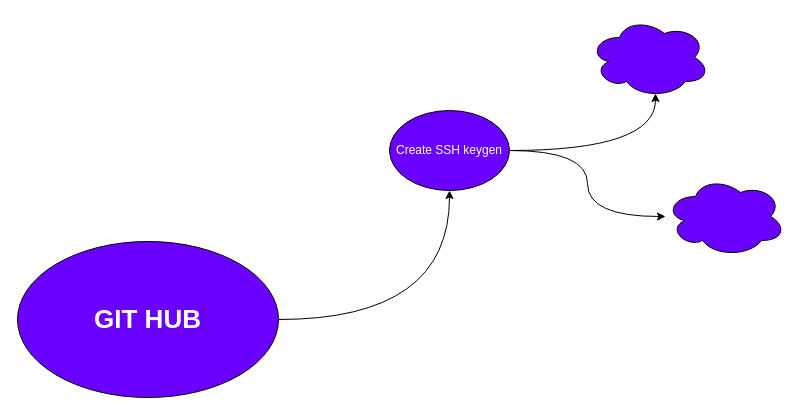
Above: github.drawio in abasworm/mindmaping (draw.io), before the change. Source tidied: cells renumbered, new cells numbered last; positions are measured from the earlier drawing's top-left corner, leaving out a move shared by most shapes. Both pictures are drawn from the tidied source at 100%, with x=0, y=0 at pixel (17, 17).
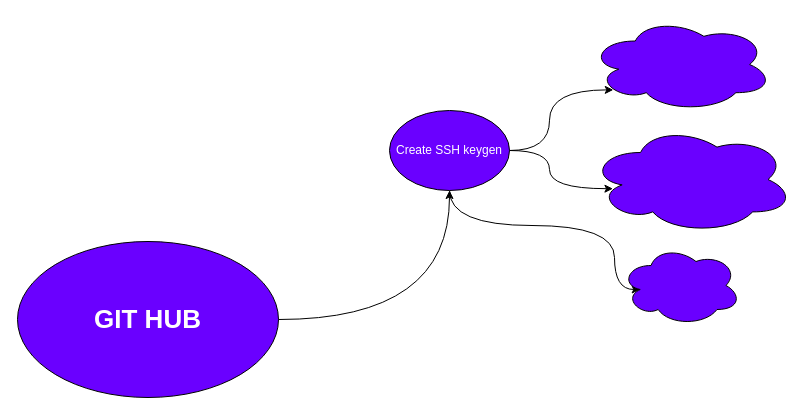
The same diagram, later.

Change to the diagram source:
```diff
@@
 <mxGraphModel>
   <root>
     <mxCell id="0" />
     <mxCell id="1" parent="0" />
     <mxCell id="2" style="edgeStyle=orthogonalEdgeStyle;rounded=0;jettySize=auto;html=1;curved=1;" parent="1" edge="1" source="3" target="6">
       <mxGeometry relative="1" as="geometry" />
     </mxCell>
     <mxCell id="3" value="&lt;b style=&quot;font-size: 26px;&quot;&gt;GIT HUB&lt;br style=&quot;font-size: 26px;&quot;&gt;&lt;/b&gt;" style="ellipse;whiteSpace=wrap;html=1;fillColor=#6a00ff;fontColor=#ffffff;strokeColor=default;fontSize=26;" parent="1" vertex="1">
       <mxGeometry y="224" width="261" height="156" as="geometry" />
     </mxCell>
-    <mxCell id="4" style="rounded=0;jettySize=auto;html=1;entryX=0.55;entryY=0.95;entryDx=0;entryDy=0;entryPerimeter=0;edgeStyle=orthogonalEdgeStyle;curved=1;" parent="1" edge="1" source="6" target="7">
+    <mxCell id="4" style="rounded=0;jettySize=auto;html=1;entryX=0.13;entryY=0.77;entryDx=0;entryDy=0;entryPerimeter=0;edgeStyle=orthogonalEdgeStyle;curved=1;" parent="1" edge="1" source="6" target="7">
       <mxGeometry relative="1" as="geometry" />
     </mxCell>
-    <mxCell id="5" style="edgeStyle=orthogonalEdgeStyle;rounded=0;jettySize=auto;html=1;curved=1;" parent="1" edge="1" source="6" target="8">
+    <mxCell id="5" style="edgeStyle=orthogonalEdgeStyle;rounded=0;jettySize=auto;html=1;curved=1;entryX=0.115;entryY=0.585;entryDx=0;entryDy=0;entryPerimeter=0;" parent="1" edge="1" source="6" target="8">
       <mxGeometry relative="1" as="geometry" />
     </mxCell>
+    <mxCell id="9" style="edgeStyle=orthogonalEdgeStyle;curved=1;rounded=0;jettySize=auto;html=1;entryX=0.16;entryY=0.55;entryDx=0;entryDy=0;entryPerimeter=0;" parent="1" edge="1" source="6" target="10">
+      <mxGeometry relative="1" as="geometry">
+        <Array as="points">
+          <mxPoint x="432" y="208" />
+          <mxPoint x="597" y="208" />
+        </Array>
+      </mxGeometry>
+    </mxCell>
     <mxCell id="6" value="Create SSH keygen" style="ellipse;whiteSpace=wrap;html=1;fillColor=#6a00ff;fontColor=#ffffff;strokeColor=default;" parent="1" vertex="1">
       <mxGeometry x="372" y="93" width="120" height="80" as="geometry" />
     </mxCell>
     <mxCell id="7" style="ellipse;shape=cloud;whiteSpace=wrap;html=1;fillColor=#6a00ff;fontColor=#ffffff;" parent="1" vertex="1">
-      <mxGeometry x="572" width="120" height="80" as="geometry" />
+      <mxGeometry x="572" width="183" height="94" as="geometry" />
     </mxCell>
     <mxCell id="8" style="ellipse;shape=cloud;whiteSpace=wrap;html=1;fillColor=#6a00ff;fontColor=#ffffff;" parent="1" vertex="1">
-      <mxGeometry x="648" y="159" width="120" height="80" as="geometry" />
+      <mxGeometry x="572" y="108" width="204" height="108" as="geometry" />
     </mxCell>
+    <mxCell id="10" style="ellipse;shape=cloud;whiteSpace=wrap;html=1;fillColor=#6a00ff;fontColor=#ffffff;" parent="1" vertex="1">
+      <mxGeometry x="603.5" y="228" width="120" height="80" as="geometry" />
+    </mxCell>
   </root>
 </mxGraphModel>
```
